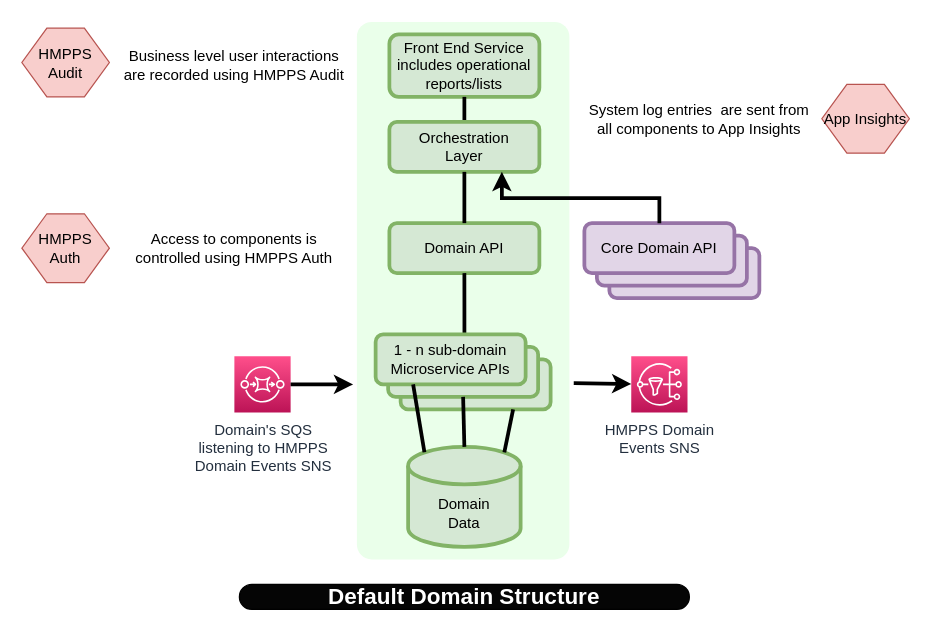
The draw.io diagram page "Default Domain" (9 of 14) of diagram-originals/domain-fundamentals.drawio in ministryofjustice/hmpps-architecture-blueprint2, before the edit. Source tidied: cells renumbered, new cells numbered last; positions are measured from the earlier drawing's top-left corner, leaving out a move shared by most shapes. Both pictures are drawn from the tidied source at 125%, with x=0, y=0 at pixel (-230, 21).
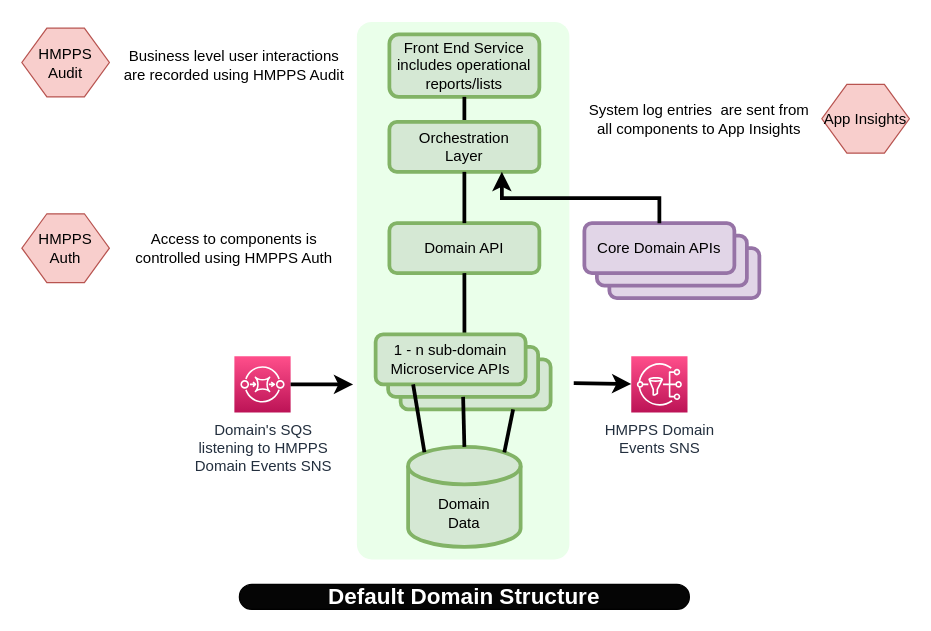
The same page after the edit.

The edit, as a diff of the source:
```diff
@@
-    <mxCell id="24" value="Core Domain API" style="rounded=1;whiteSpace=wrap;html=1;fillColor=#e1d5e7;strokeColor=#9673a6;strokeWidth=3;" parent="1" vertex="1">
+    <mxCell id="24" value="Core Domain APIs" style="rounded=1;whiteSpace=wrap;html=1;fillColor=#e1d5e7;strokeColor=#9673a6;strokeWidth=3;" parent="1" vertex="1">
       <mxGeometry x="651" y="161" width="120" height="40" as="geometry" />
     </mxCell>
```
